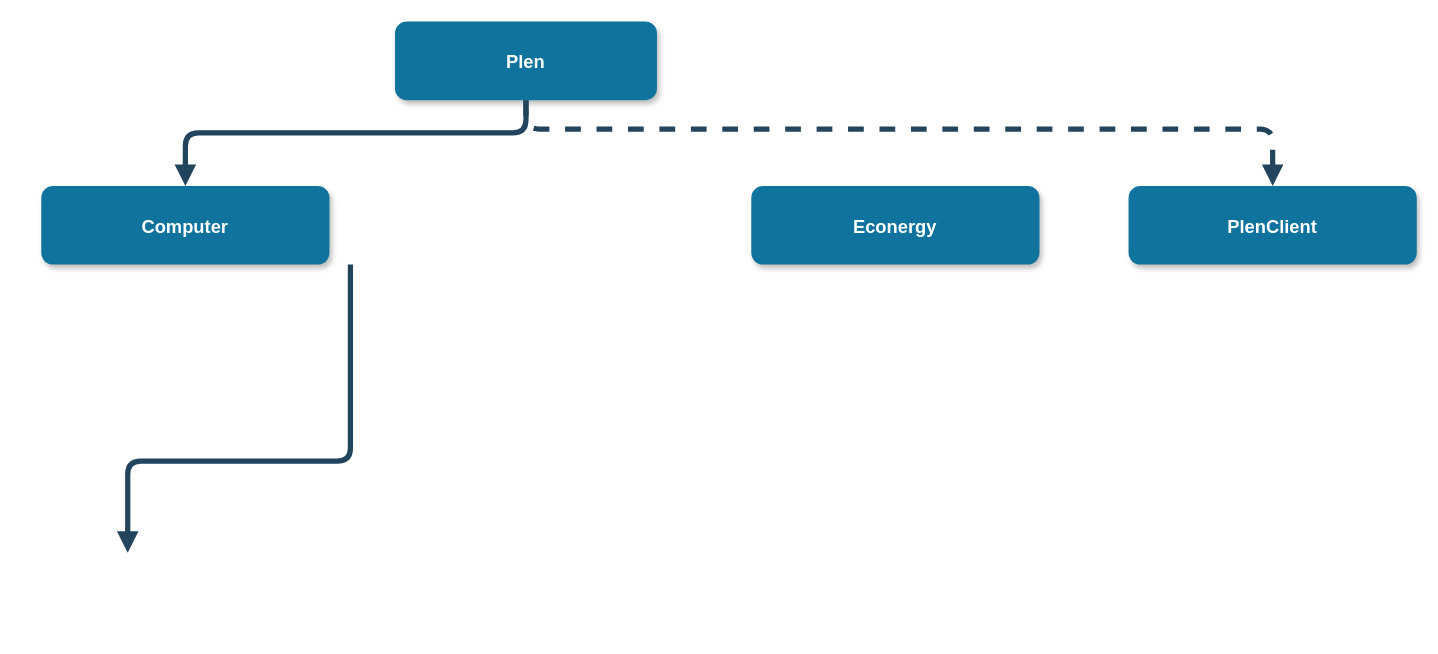
Earlier version of the draw.io diagram Untitled Diagram.drawio (lenyiepromise/code). Source tidied: cells renumbered, new cells numbered last; positions are measured from the earlier drawing's top-left corner, leaving out a move shared by most shapes. Both pictures are drawn from the tidied source at 131%, with x=0, y=0 at pixel (41, 21).
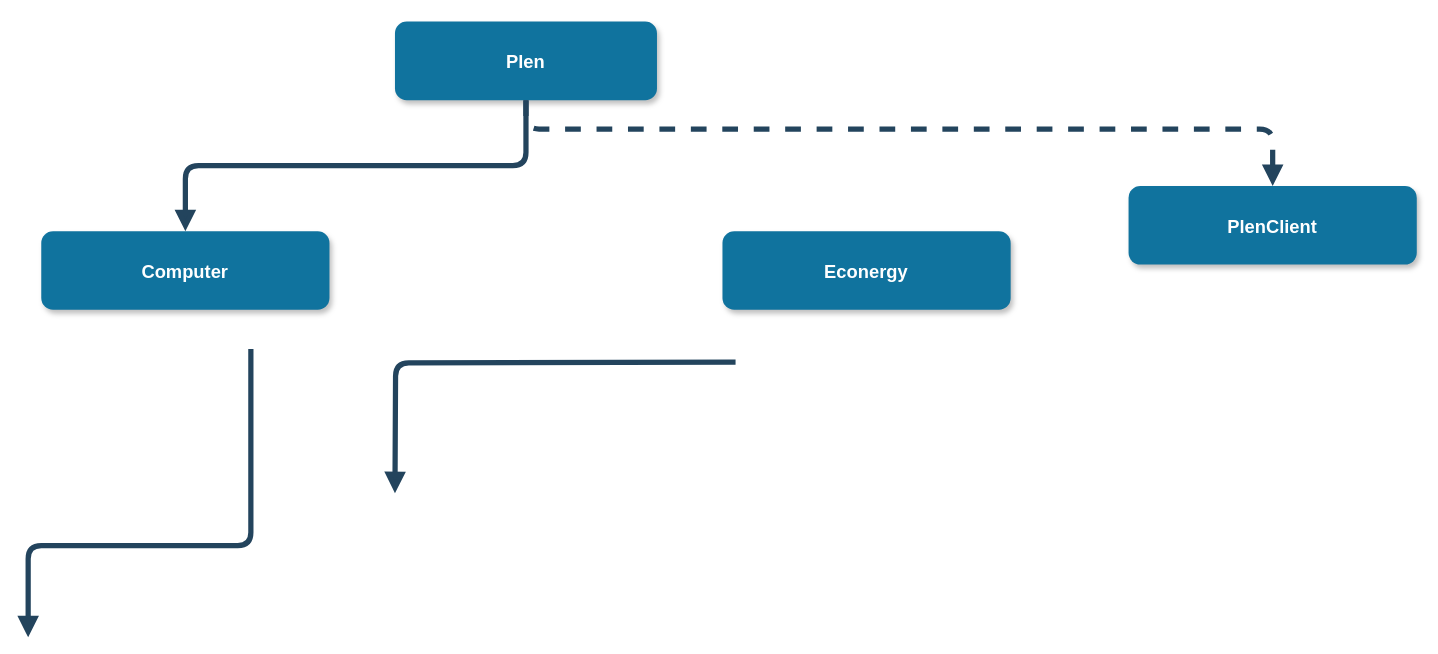
Above is the later version.

Commit message (it also covers changes not shown here):
Plen structure

Change to the diagram source:
```diff
@@
 <mxGraphModel>
   <root>
     <mxCell id="0" />
     <mxCell id="1" parent="0" />
     <mxCell id="2" value="Plen" style="rounded=1;fillColor=#10739E;strokeColor=none;shadow=1;gradientColor=none;fontStyle=1;fontColor=#FFFFFF;fontSize=14;" parent="1" vertex="1">
       <mxGeometry x="270" width="200" height="60" as="geometry" />
     </mxCell>
     <mxCell id="3" value="Computer" style="rounded=1;fillColor=#10739E;strokeColor=none;shadow=1;gradientColor=none;fontStyle=1;fontColor=#FFFFFF;fontSize=14;" parent="1" vertex="1">
-      <mxGeometry y="125.5" width="220" height="60" as="geometry" />
+      <mxGeometry y="160" width="220" height="60" as="geometry" />
     </mxCell>
-    <mxCell id="4" style="edgeStyle=elbowEdgeStyle;elbow=vertical;strokeWidth=4;endArrow=block;endFill=1;fontStyle=1;strokeColor=#23445D;exitX=0.5;exitY=1;exitDx=0;exitDy=0;" parent="1" edge="1" source="2" target="3">
+    <mxCell id="4" style="strokeWidth=4;endArrow=block;endFill=1;fontStyle=1;strokeColor=#23445D;exitX=0.5;exitY=1;exitDx=0;exitDy=0;edgeStyle=orthogonalEdgeStyle;" parent="1" edge="1" source="2" target="3">
       <mxGeometry x="22" y="165.5" as="geometry">
         <Array as="points">
-          <mxPoint x="270" y="85" />
+          <mxPoint x="370" y="110" />
+          <mxPoint x="110" y="110" />
         </Array>
       </mxGeometry>
     </mxCell>
     <mxCell id="5" style="edgeStyle=elbowEdgeStyle;elbow=vertical;strokeWidth=4;endArrow=block;endFill=1;fontStyle=1;dashed=1;strokeColor=#23445D;entryX=0.5;entryY=0;entryDx=0;entryDy=0;exitX=0.5;exitY=1;exitDx=0;exitDy=0;" parent="1" edge="1" source="2" target="8">
       <mxGeometry x="22" y="165.5" as="geometry">
         <Array as="points">
           <mxPoint x="442" y="82" />
           <mxPoint x="732" y="67.5" />
         </Array>
       </mxGeometry>
     </mxCell>
     <mxCell id="6" style="edgeStyle=elbowEdgeStyle;elbow=vertical;strokeWidth=4;endArrow=block;endFill=1;fontStyle=1;strokeColor=#23445D;" parent="1" edge="1">
       <mxGeometry x="22" y="165.5" as="geometry">
-        <mxPoint x="236" y="185.5" as="sourcePoint" />
-        <mxPoint x="66" y="405.5" as="targetPoint" />
+        <mxPoint x="160" y="250" as="sourcePoint" />
+        <mxPoint x="-10" y="470" as="targetPoint" />
         <Array as="points">
-          <mxPoint x="236" y="335.5" />
+          <mxPoint x="160" y="400" />
         </Array>
       </mxGeometry>
     </mxCell>
     <mxCell id="7" value="Econergy" style="rounded=1;fillColor=#10739E;strokeColor=none;shadow=1;gradientColor=none;fontStyle=1;fontColor=#FFFFFF;fontSize=14;" parent="1" vertex="1">
-      <mxGeometry x="542" y="125.5" width="220" height="60" as="geometry" />
+      <mxGeometry x="520" y="160" width="220" height="60" as="geometry" />
     </mxCell>
     <mxCell id="8" value="PlenClient" style="rounded=1;fillColor=#10739E;strokeColor=none;shadow=1;gradientColor=none;fontStyle=1;fontColor=#FFFFFF;fontSize=14;" parent="1" vertex="1">
       <mxGeometry x="830" y="125.5" width="220" height="60" as="geometry" />
     </mxCell>
+    <mxCell id="9" style="strokeWidth=4;endArrow=block;endFill=1;fontStyle=1;strokeColor=#23445D;exitX=0.5;exitY=1;exitDx=0;exitDy=0;edgeStyle=orthogonalEdgeStyle;" parent="1" edge="1">
+      <mxGeometry x="22" y="165.5" as="geometry">
+        <mxPoint x="530" y="260" as="sourcePoint" />
+        <mxPoint x="270" y="360" as="targetPoint" />
+      </mxGeometry>
+    </mxCell>
   </root>
 </mxGraphModel>
```
